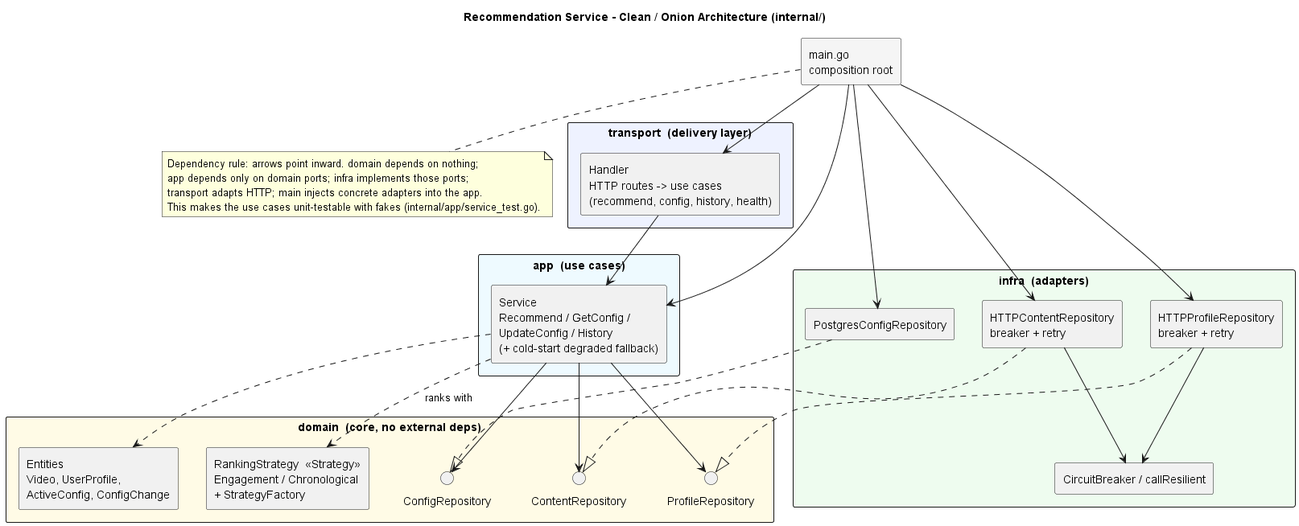
Before: docs/architecture/png/recommendation-clean-architecture.png, a diagram exported from PlantUML (wwwwtou/capstone). Source of this version:
```plantuml
@startuml recommendation-clean-architecture
title Recommendation Service - Clean / Onion Architecture (internal/)

skinparam shadowing false
skinparam componentStyle rectangle
skinparam packageStyle rectangle


package "transport  (delivery layer)" #eef2ff {
  [Handler\nHTTP routes -> use cases\n(recommend, config, history, health)] as H
}

package "app  (use cases)" #eefaff {
  [Service\nRecommend / GetConfig /\nUpdateConfig / History\n(+ cold-start degraded fallback)] as S
}

package "domain  (core, no external deps)" #fffbe6 {
  interface ProfileRepository as PR
  interface ContentRepository as CR
  interface ConfigRepository as CFR
  [Entities\nVideo, UserProfile,\nActiveConfig, ConfigChange] as E
  [RankingStrategy  <<Strategy>>\nEngagement / Chronological\n+ StrategyFactory] as ST
}

package "infra  (adapters)" #eefcef {
  [HTTPProfileRepository\nbreaker + retry] as HPR
  [HTTPContentRepository\nbreaker + retry] as HCR
  [PostgresConfigRepository] as PCR
  [CircuitBreaker / callResilient] as RES
}

[main.go\ncomposition root] as M #whitesmoke

H --> S
S --> PR
S --> CR
S --> CFR
S ..> ST : ranks with
S ..> E

HPR ..|> PR
HCR ..|> CR
PCR ..|> CFR
HPR --> RES
HCR --> RES

M --> H
M --> S
M --> HPR
M --> HCR
M --> PCR

note bottom
  Dependency rule: arrows point inward. domain depends on nothing;
  app depends only on domain ports; infra implements those ports;
  transport adapts HTTP; main injects concrete adapters into the app.
  This makes the use cases unit-testable with fakes (internal/app/service_test.go).
end note
@enduml
```
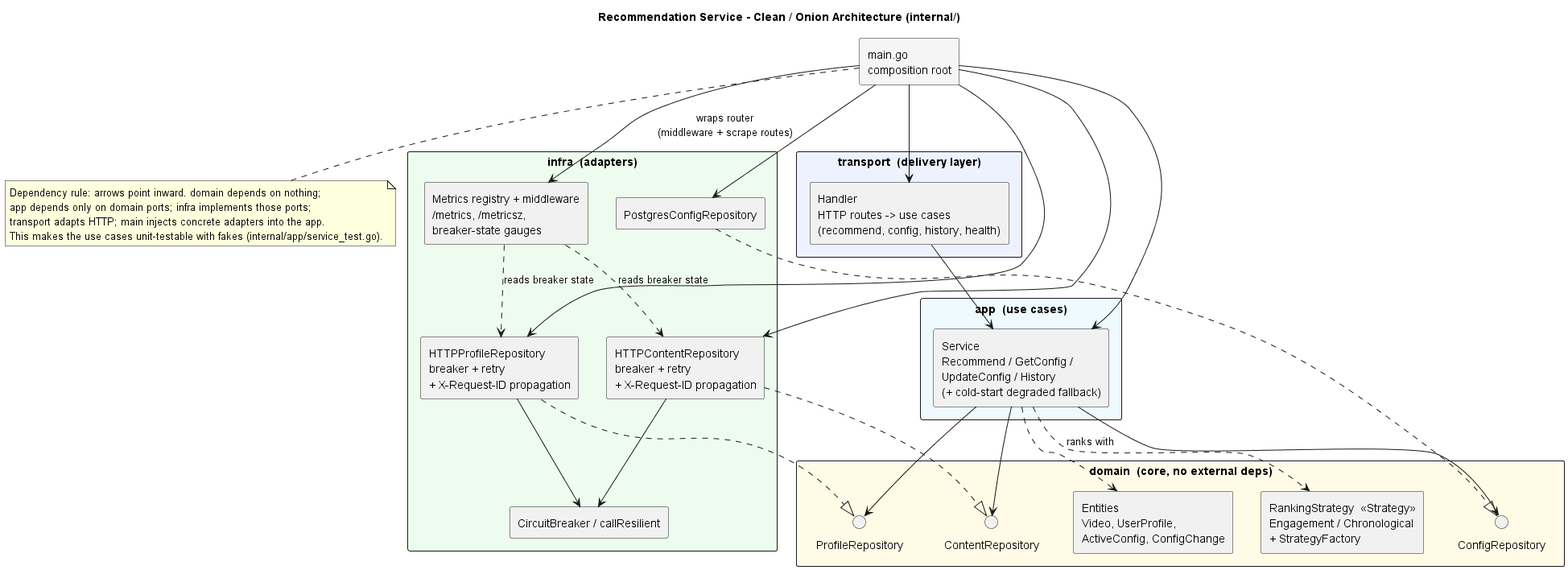
The same diagram one commit later.

What changed in the source:
```diff
@@ -23,10 +23,11 @@
 }
 
 package "infra  (adapters)" #eefcef {
-  [HTTPProfileRepository\nbreaker + retry] as HPR
-  [HTTPContentRepository\nbreaker + retry] as HCR
+  [HTTPProfileRepository\nbreaker + retry\n+ X-Request-ID propagation] as HPR
+  [HTTPContentRepository\nbreaker + retry\n+ X-Request-ID propagation] as HCR
   [PostgresConfigRepository] as PCR
   [CircuitBreaker / callResilient] as RES
+  [Metrics registry + middleware\n/metrics, /metricsz,\nbreaker-state gauges] as MET
 }
 
 [main.go\ncomposition root] as M #whitesmoke
@@ -44,11 +45,15 @@
 HPR --> RES
 HCR --> RES
 
+MET ..> HPR : reads breaker state
+MET ..> HCR : reads breaker state
+
 M --> H
 M --> S
 M --> HPR
 M --> HCR
 M --> PCR
+M --> MET : wraps router\n(middleware + scrape routes)
 
 note bottom
   Dependency rule: arrows point inward. domain depends on nothing;
```
